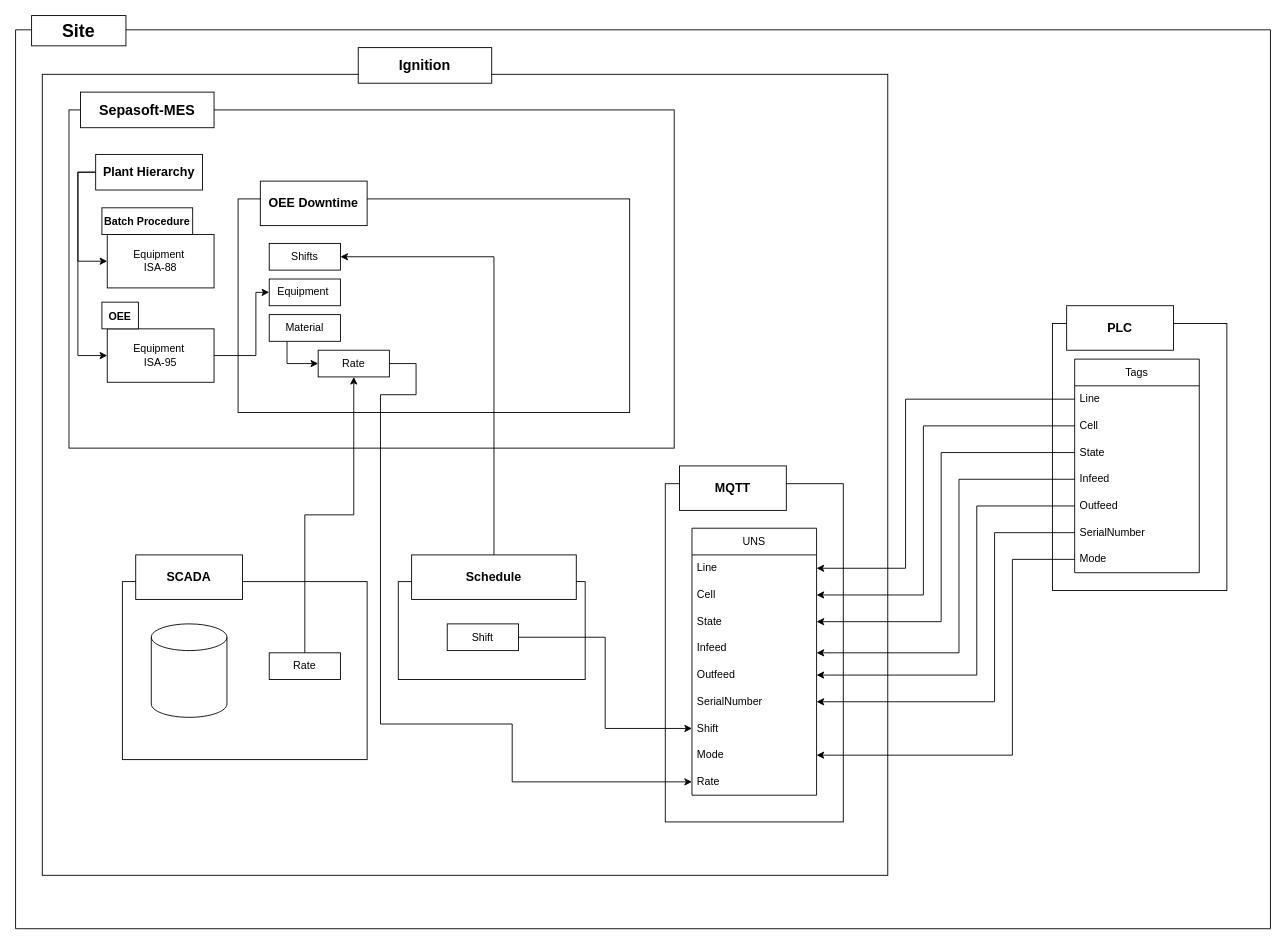
The draw.io diagram page "OEE Data Flow" (1 of 2) of OEE Data Flow.drawio in IlScottlI/docs, before the edit. Source tidied: cells renumbered, new cells numbered last; positions are measured from the earlier drawing's top-left corner, leaving out a move shared by most shapes. Both pictures are drawn from the tidied source at 89%, with x=0, y=0 at pixel (15, 15).
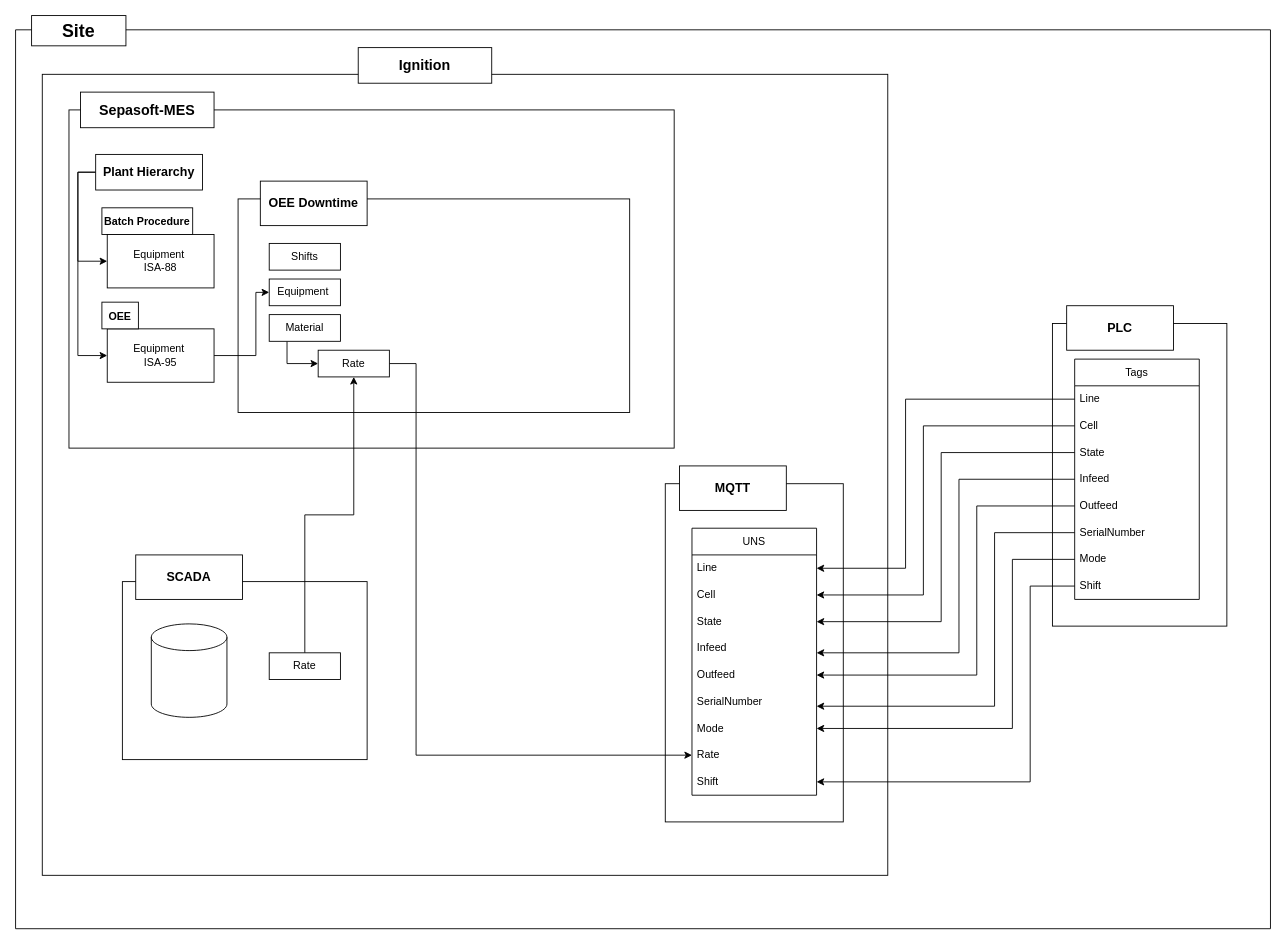
Above is the later version.

Unchanged cells that the change refers to:
```xml
<mxCell id="2" style="swimlane;startSize=0;" parent="1" vertex="1">
  <mxGeometry y="16" width="1410" height="1010" as="geometry" />
</mxCell>
<mxCell id="19" value="Shifts" style="rounded=0;whiteSpace=wrap;html=1;" parent="2" vertex="1">
  <mxGeometry x="285" y="240" width="80" height="30" as="geometry" />
</mxCell>
<mxCell id="24" value="UNS" style="swimlane;fontStyle=0;horizontal=1;startSize=30;whiteSpace=wrap;html=1;" parent="2" vertex="1">
  <mxGeometry x="760" y="560" width="140" height="300" as="geometry" />
</mxCell>
<mxCell id="41" value="Mode" style="text;strokeColor=none;fillColor=none;align=left;verticalAlign=middle;spacingLeft=4;spacingRight=4;overflow=hidden;points=[[0,0.5],[1,0.5]];portConstraint=eastwest;whiteSpace=wrap;html=1;" parent="34" vertex="1">
  <mxGeometry y="210" width="140" height="30" as="geometry" />
</mxCell>
<mxCell id="57" value="Rate" style="rounded=0;whiteSpace=wrap;html=1;" parent="2" vertex="1">
  <mxGeometry x="340" y="360" width="80" height="30" as="geometry" />
</mxCell>
```

Diff of the diagram source:
```diff
@@
     <mxCell id="21" style="rounded=0;whiteSpace=wrap;html=1;" parent="2" vertex="1">
-      <mxGeometry x="1165" y="330" width="196" height="300" as="geometry" />
+      <mxGeometry x="1165" y="330" width="196" height="340" as="geometry" />
     </mxCell>
@@
-    <mxCell id="28" value="Infeed" style="text;strokeColor=none;fillColor=none;align=left;verticalAlign=middle;spacingLeft=4;spacingRight=4;overflow=hidden;whiteSpace=wrap;html=1;" parent="24" vertex="1">
+    <mxCell id="28" value="Infeed" style="text;align=left;verticalAlign=middle;spacingLeft=4;spacingRight=4;overflow=hidden;whiteSpace=wrap;html=1;" parent="24" vertex="1">
       <mxGeometry y="120" width="140" height="30" as="geometry" />
     </mxCell>
-    <mxCell id="29" value="Outfeed" style="text;strokeColor=none;fillColor=none;align=left;verticalAlign=middle;spacingLeft=4;spacingRight=4;overflow=hidden;points=[[0,0.5],[1,0.5]];portConstraint=eastwest;whiteSpace=wrap;html=1;" parent="24" vertex="1">
+    <mxCell id="29" value="Outfeed" style="text;align=left;verticalAlign=middle;spacingLeft=4;spacingRight=4;overflow=hidden;points=[[0,0.5],[1,0.5]];portConstraint=eastwest;whiteSpace=wrap;html=1;" parent="24" vertex="1">
       <mxGeometry y="150" width="140" height="30" as="geometry" />
     </mxCell>
-    <mxCell id="30" value="SerialNumber&amp;nbsp;" style="text;strokeColor=none;fillColor=none;align=left;verticalAlign=middle;spacingLeft=4;spacingRight=4;overflow=hidden;points=[[0,0.5],[1,0.5]];portConstraint=eastwest;whiteSpace=wrap;html=1;" parent="24" vertex="1">
+    <mxCell id="30" value="SerialNumber&amp;nbsp;" style="text;align=left;verticalAlign=middle;spacingLeft=4;spacingRight=4;overflow=hidden;points=[[0,0.5],[1,0.5]];portConstraint=eastwest;whiteSpace=wrap;html=1;" parent="24" vertex="1">
       <mxGeometry y="180" width="140" height="30" as="geometry" />
     </mxCell>
-    <mxCell id="31" value="Shift" style="text;strokeColor=none;fillColor=none;align=left;verticalAlign=middle;spacingLeft=4;spacingRight=4;overflow=hidden;points=[[0,0.5],[1,0.5]];portConstraint=eastwest;whiteSpace=wrap;html=1;" parent="24" vertex="1">
-      <mxGeometry y="210" width="140" height="30" as="geometry" />
-    </mxCell>
     <mxCell id="32" value="Mode" style="text;strokeColor=none;fillColor=none;align=left;verticalAlign=middle;spacingLeft=4;spacingRight=4;overflow=hidden;points=[[0,0.5],[1,0.5]];portConstraint=eastwest;whiteSpace=wrap;html=1;" parent="24" vertex="1">
-      <mxGeometry y="240" width="140" height="30" as="geometry" />
+      <mxGeometry y="210" width="140" height="30" as="geometry" />
     </mxCell>
     <mxCell id="33" value="Rate" style="text;strokeColor=none;fillColor=none;align=left;verticalAlign=middle;spacingLeft=4;spacingRight=4;overflow=hidden;points=[[0,0.5],[1,0.5]];portConstraint=eastwest;whiteSpace=wrap;html=1;" parent="24" vertex="1">
-      <mxGeometry y="270" width="140" height="30" as="geometry" />
+      <mxGeometry y="240" width="140" height="30" as="geometry" />
     </mxCell>
+    <mxCell id="63" value="Shift" style="text;strokeColor=none;fillColor=none;align=left;verticalAlign=middle;spacingLeft=4;spacingRight=4;overflow=hidden;points=[[0,0.5],[1,0.5]];portConstraint=eastwest;whiteSpace=wrap;html=1;" parent="24" vertex="1">
+      <mxGeometry y="270" width="140" height="30" as="geometry" />
+    </mxCell>
     <mxCell id="34" value="Tags" style="swimlane;fontStyle=0;horizontal=1;startSize=30;whiteSpace=wrap;html=1;" parent="2" vertex="1">
-      <mxGeometry x="1190" y="370" width="140" height="240" as="geometry" />
+      <mxGeometry x="1190" y="370" width="140" height="270" as="geometry" />
     </mxCell>
@@
-    <mxCell id="38" value="Infeed" style="text;strokeColor=none;fillColor=none;align=left;verticalAlign=middle;spacingLeft=4;spacingRight=4;overflow=hidden;points=[[0,0.5],[1,0.5]];portConstraint=eastwest;whiteSpace=wrap;html=1;" parent="34" vertex="1">
+    <mxCell id="38" value="Infeed" style="text;align=left;verticalAlign=middle;spacingLeft=4;spacingRight=4;overflow=hidden;points=[[0,0.5],[1,0.5]];portConstraint=eastwest;whiteSpace=wrap;html=1;" parent="34" vertex="1">
       <mxGeometry y="120" width="140" height="30" as="geometry" />
     </mxCell>
-    <mxCell id="39" value="Outfeed" style="text;strokeColor=none;fillColor=none;align=left;verticalAlign=middle;spacingLeft=4;spacingRight=4;overflow=hidden;points=[[0,0.5],[1,0.5]];portConstraint=eastwest;whiteSpace=wrap;html=1;" parent="34" vertex="1">
+    <mxCell id="39" value="Outfeed" style="text;align=left;verticalAlign=middle;spacingLeft=4;spacingRight=4;overflow=hidden;points=[[0,0.5],[1,0.5]];portConstraint=eastwest;whiteSpace=wrap;html=1;" parent="34" vertex="1">
       <mxGeometry y="150" width="140" height="30" as="geometry" />
     </mxCell>
+    <mxCell id="64" style="edgeStyle=orthogonalEdgeStyle;rounded=0;jettySize=auto;html=1;exitX=0;exitY=0.5;exitDx=0;exitDy=0;" parent="34" edge="1" source="40">
+      <mxGeometry relative="1" as="geometry">
+        <mxPoint x="-290" y="390" as="targetPoint" />
+        <Array as="points">
+          <mxPoint x="-90" y="195" />
+          <mxPoint x="-90" y="390" />
+        </Array>
+      </mxGeometry>
+    </mxCell>
-    <mxCell id="40" value="SerialNumber&amp;nbsp;" style="text;strokeColor=none;fillColor=none;align=left;verticalAlign=middle;spacingLeft=4;spacingRight=4;overflow=hidden;points=[[0,0.5],[1,0.5]];portConstraint=eastwest;whiteSpace=wrap;html=1;" parent="34" vertex="1">
+    <mxCell id="40" value="SerialNumber&amp;nbsp;" style="text;align=left;verticalAlign=middle;spacingLeft=4;spacingRight=4;overflow=hidden;points=[[0,0.5],[1,0.5]];portConstraint=eastwest;whiteSpace=wrap;html=1;" parent="34" vertex="1">
       <mxGeometry y="180" width="140" height="30" as="geometry" />
     </mxCell>
@@
+    <mxCell id="65" value="Shift" style="text;strokeColor=none;fillColor=none;align=left;verticalAlign=middle;spacingLeft=4;spacingRight=4;overflow=hidden;points=[[0,0.5],[1,0.5]];portConstraint=eastwest;whiteSpace=wrap;html=1;" parent="34" vertex="1">
+      <mxGeometry y="240" width="140" height="30" as="geometry" />
+    </mxCell>
@@
-    <mxCell id="45" style="edgeStyle=orthogonalEdgeStyle;rounded=0;jettySize=auto;html=1;exitX=0;exitY=0.5;exitDx=0;exitDy=0;entryX=1;entryY=0.5;entryDx=0;entryDy=0;" parent="2" edge="1" source="40" target="30">
-      <mxGeometry relative="1" as="geometry">
-        <Array as="points">
-          <mxPoint x="1100" y="565" />
-          <mxPoint x="1100" y="755" />
-        </Array>
-      </mxGeometry>
-    </mxCell>
@@
-    <mxCell id="51" style="rounded=0;whiteSpace=wrap;html=1;" parent="2" vertex="1">
-      <mxGeometry x="430" y="620" width="210" height="110" as="geometry" />
-    </mxCell>
-    <mxCell id="52" style="edgeStyle=orthogonalEdgeStyle;rounded=0;jettySize=auto;html=1;exitX=0.5;exitY=0;exitDx=0;exitDy=0;entryX=1;entryY=0.5;entryDx=0;entryDy=0;" parent="2" edge="1" source="53" target="19">
-      <mxGeometry relative="1" as="geometry" />
-    </mxCell>
-    <mxCell id="53" value="Schedule" style="rounded=0;whiteSpace=wrap;html=1;fontSize=14;fontStyle=1;" parent="2" vertex="1">
-      <mxGeometry x="445" y="590" width="185" height="50" as="geometry" />
-    </mxCell>
-    <mxCell id="54" style="edgeStyle=orthogonalEdgeStyle;rounded=0;jettySize=auto;html=1;exitX=1;exitY=0.5;exitDx=0;exitDy=0;entryX=0;entryY=0.5;entryDx=0;entryDy=0;" parent="2" edge="1" source="55" target="31">
-      <mxGeometry relative="1" as="geometry" />
-    </mxCell>
-    <mxCell id="55" value="Shift" style="rounded=0;whiteSpace=wrap;html=1;" parent="2" vertex="1">
-      <mxGeometry x="485" y="667.5" width="80" height="30" as="geometry" />
-    </mxCell>
-    <mxCell id="56" style="edgeStyle=orthogonalEdgeStyle;rounded=0;jettySize=auto;html=1;exitX=1;exitY=0.5;exitDx=0;exitDy=0;" parent="2" edge="1" source="57" target="33">
+    <mxCell id="56" style="edgeStyle=orthogonalEdgeStyle;rounded=0;jettySize=auto;html=1;exitX=1;exitY=0.5;exitDx=0;exitDy=0;entryX=0;entryY=0.5;entryDx=0;entryDy=0;" parent="2" edge="1" source="57" target="33">
       <mxGeometry relative="1" as="geometry">
         <Array as="points">
           <mxPoint x="450" y="375" />
-          <mxPoint x="450" y="410" />
-          <mxPoint x="410" y="410" />
-          <mxPoint x="410" y="780" />
-          <mxPoint x="558" y="780" />
-          <mxPoint x="558" y="845" />
+          <mxPoint x="450" y="815" />
         </Array>
       </mxGeometry>
     </mxCell>
@@
     <mxCell id="58" style="edgeStyle=orthogonalEdgeStyle;rounded=0;jettySize=auto;html=1;exitX=0;exitY=0.5;exitDx=0;exitDy=0;entryX=1;entryY=0.5;entryDx=0;entryDy=0;" parent="2" edge="1" source="41" target="32">
       <mxGeometry relative="1" as="geometry">
         <Array as="points">
           <mxPoint x="1120" y="595" />
-          <mxPoint x="1120" y="815" />
+          <mxPoint x="1120" y="785" />
         </Array>
       </mxGeometry>
     </mxCell>
@@
+    <mxCell id="66" style="edgeStyle=orthogonalEdgeStyle;rounded=0;jettySize=auto;html=1;exitX=0;exitY=0.5;exitDx=0;exitDy=0;entryX=1;entryY=0.5;entryDx=0;entryDy=0;" parent="2" edge="1" source="65" target="63">
+      <mxGeometry relative="1" as="geometry">
+        <Array as="points">
+          <mxPoint x="1140" y="625" />
+          <mxPoint x="1140" y="845" />
+        </Array>
+      </mxGeometry>
+    </mxCell>
```
